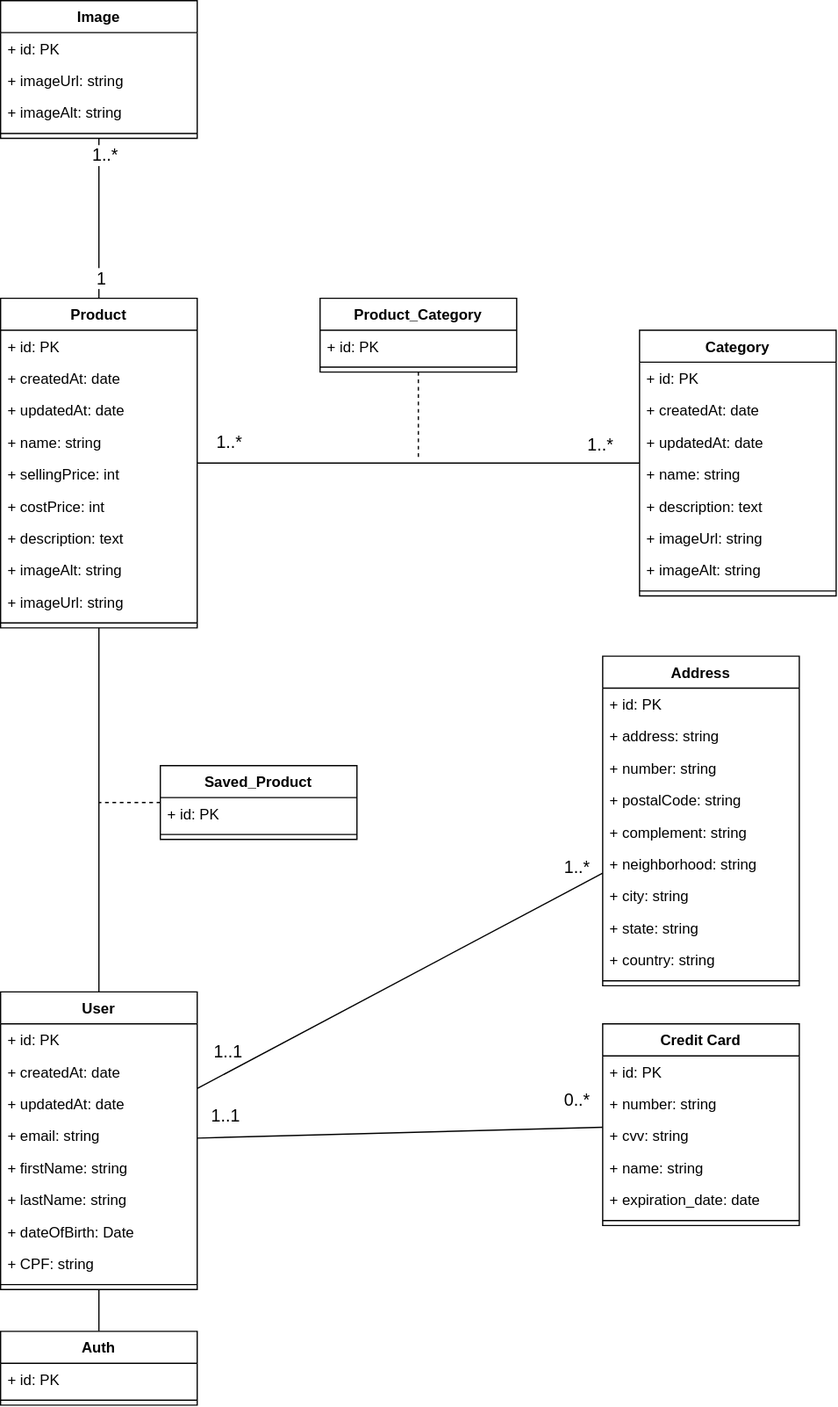
The draw.io diagram docs/diagrams/database.drawio.svg in Luccasoli/ecommerce, before a commit. Source tidied: cells renumbered, new cells last; positions are measured from the earlier drawing's top-left corner, leaving out a move shared by most shapes.
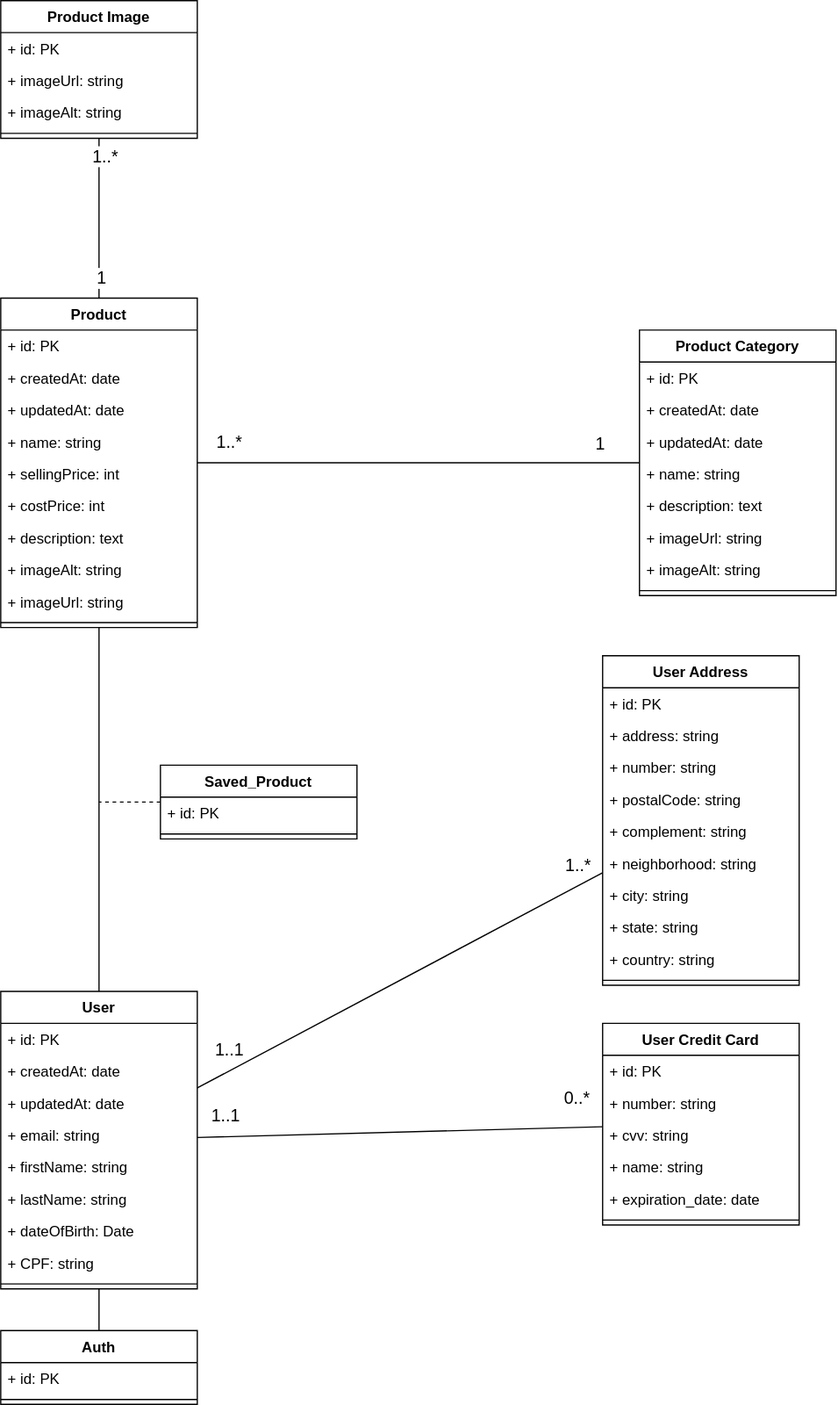
Above is the later version.

Commit message:
docs(database): updating relationships between category and product, and table names

Diff of the diagram source:
```diff
@@ -43,7 +43,7 @@
         <mxPoint y="-22" as="offset" />
       </mxGeometry>
     </mxCell>
-    <mxCell id="15" value="1..*" style="edgeLabel;html=1;align=center;verticalAlign=middle;fontSize=14;" parent="13" vertex="1">
+    <mxCell id="15" value="1" style="edgeLabel;html=1;align=center;verticalAlign=middle;fontSize=14;" parent="13" vertex="1">
       <mxGeometry x="0.87" y="-1" relative="1" as="geometry">
         <mxPoint x="-10" y="-17" as="offset" />
       </mxGeometry>
@@ -81,7 +81,7 @@
     <mxCell id="26" style="line;strokeWidth=1;fillColor=none;align=left;verticalAlign=middle;spacingTop=-1;spacingLeft=3;spacingRight=3;labelPosition=right;" parent="16" vertex="1">
       <mxGeometry y="260" width="160" height="8" as="geometry" />
     </mxCell>
-    <mxCell id="27" value="Category" style="swimlane;fontStyle=1;align=center;verticalAlign=top;horizontal=1;startSize=26;" parent="1" vertex="1">
+    <mxCell id="27" value="Product Category" style="swimlane;fontStyle=1;align=center;verticalAlign=top;horizontal=1;startSize=26;" parent="1" vertex="1">
       <mxGeometry x="520" y="268" width="160" height="216" as="geometry" />
     </mxCell>
     <mxCell id="28" value="+ id: PK" style="text;strokeColor=none;fillColor=none;align=left;verticalAlign=top;spacingLeft=4;spacingRight=4;overflow=hidden;" parent="27" vertex="1">
@@ -108,20 +108,6 @@
     <mxCell id="35" style="line;strokeWidth=1;fillColor=none;align=left;verticalAlign=middle;spacingTop=-1;spacingLeft=3;spacingRight=3;labelPosition=right;" parent="27" vertex="1">
       <mxGeometry y="208" width="160" height="8" as="geometry" />
     </mxCell>
-    <mxCell id="36" style="edgeStyle=none;html=1;fontSize=14;endArrow=none;endFill=0;dashed=1;" parent="1" edge="1" source="37">
-      <mxGeometry relative="1" as="geometry">
-        <mxPoint x="340" y="372" as="targetPoint" />
-      </mxGeometry>
-    </mxCell>
-    <mxCell id="37" value="Product_Category" style="swimlane;fontStyle=1;align=center;verticalAlign=top;horizontal=1;startSize=26;" parent="1" vertex="1">
-      <mxGeometry x="260" y="242" width="160" height="60" as="geometry" />
-    </mxCell>
-    <mxCell id="38" value="+ id: PK" style="text;strokeColor=none;fillColor=none;align=left;verticalAlign=top;spacingLeft=4;spacingRight=4;overflow=hidden;" parent="37" vertex="1">
-      <mxGeometry y="26" width="160" height="26" as="geometry" />
-    </mxCell>
-    <mxCell id="39" style="line;strokeWidth=1;fillColor=none;align=left;verticalAlign=middle;spacingTop=-1;spacingLeft=3;spacingRight=3;labelPosition=right;" parent="37" vertex="1">
-      <mxGeometry y="52" width="160" height="8" as="geometry" />
-    </mxCell>
     <mxCell id="40" style="edgeStyle=none;html=1;fontSize=14;endArrow=none;endFill=0;" parent="1" edge="1" source="43" target="3">
       <mxGeometry relative="1" as="geometry" />
     </mxCell>
@@ -135,7 +121,7 @@
         <mxPoint y="-23" as="offset" />
       </mxGeometry>
     </mxCell>
-    <mxCell id="43" value="Address" style="swimlane;fontStyle=1;align=center;verticalAlign=top;horizontal=1;startSize=26;" parent="1" vertex="1">
+    <mxCell id="43" value="User Address" style="swimlane;fontStyle=1;align=center;verticalAlign=top;horizontal=1;startSize=26;" parent="1" vertex="1">
       <mxGeometry x="490" y="533" width="160" height="268" as="geometry" />
     </mxCell>
     <mxCell id="44" value="+ id: PK" style="text;strokeColor=none;fillColor=none;align=left;verticalAlign=top;spacingLeft=4;spacingRight=4;overflow=hidden;" parent="43" vertex="1">
@@ -181,7 +167,7 @@
         <mxPoint y="-22" as="offset" />
       </mxGeometry>
     </mxCell>
-    <mxCell id="57" value="Credit Card" style="swimlane;fontStyle=1;align=center;verticalAlign=top;horizontal=1;startSize=26;" parent="1" vertex="1">
+    <mxCell id="57" value="User Credit Card" style="swimlane;fontStyle=1;align=center;verticalAlign=top;horizontal=1;startSize=26;" parent="1" vertex="1">
       <mxGeometry x="490" y="832" width="160" height="164" as="geometry" />
     </mxCell>
     <mxCell id="58" value="+ id: PK" style="text;strokeColor=none;fillColor=none;align=left;verticalAlign=top;spacingLeft=4;spacingRight=4;overflow=hidden;" parent="57" vertex="1">
@@ -225,7 +211,7 @@
     <mxCell id="70" value="1..*" style="edgeLabel;html=1;align=center;verticalAlign=middle;fontSize=14;" parent="68" vertex="1">
       <mxGeometry x="-0.78" y="4" relative="1" as="geometry" />
     </mxCell>
-    <mxCell id="71" value="Image" style="swimlane;fontStyle=1;align=center;verticalAlign=top;horizontal=1;startSize=26;" parent="1" vertex="1">
+    <mxCell id="71" value="Product Image" style="swimlane;fontStyle=1;align=center;verticalAlign=top;horizontal=1;startSize=26;" parent="1" vertex="1">
       <mxGeometry width="160" height="112" as="geometry" />
     </mxCell>
     <mxCell id="72" value="+ id: PK" style="text;strokeColor=none;fillColor=none;align=left;verticalAlign=top;spacingLeft=4;spacingRight=4;overflow=hidden;" parent="71" vertex="1">
```
